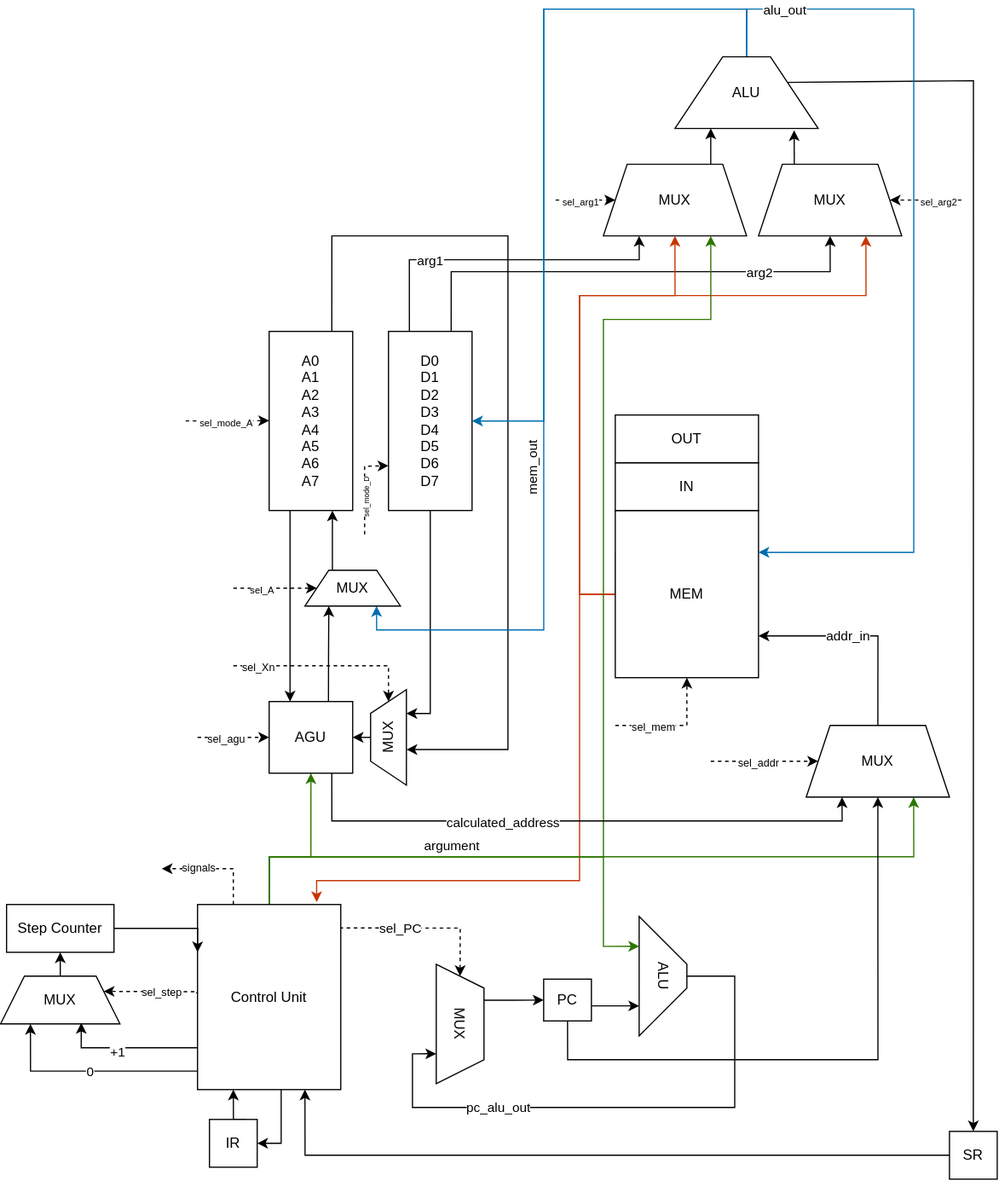
The draw.io diagram m68k_v1.1.drawio.svg in Anderaf/m68kScheme, before a commit. Source tidied: cells renumbered, new cells last; positions are measured from the earlier drawing's top-left corner, leaving out a move shared by most shapes.
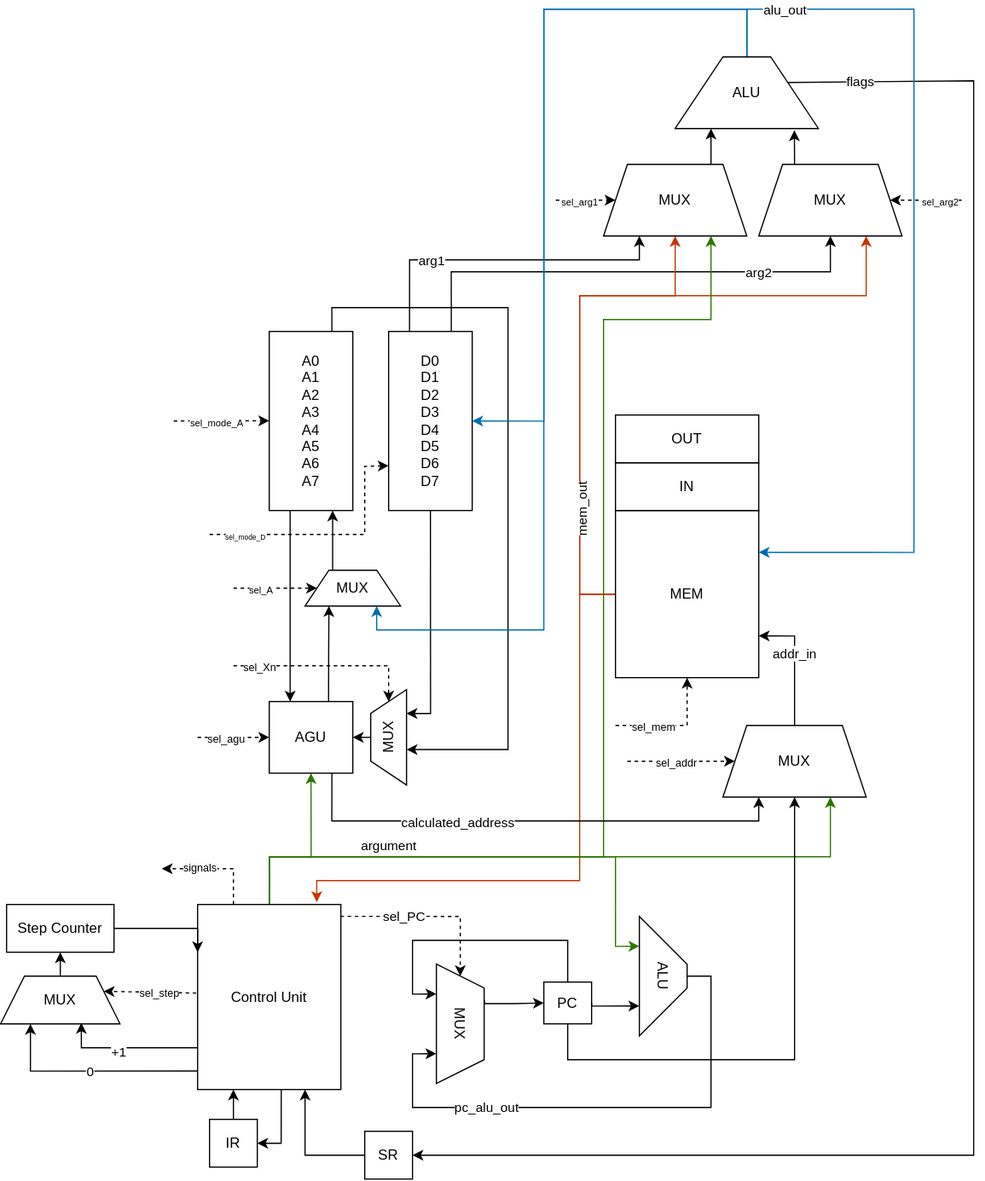
Later version of the same file.

Change to the diagram source:
```diff
@@ -64,16 +64,16 @@
     </mxCell>
     <mxCell id="11" value="mem_out" style="edgeLabel;html=1;align=center;verticalAlign=middle;rotation=-90;fontColor=light-dark(#000000,#FFB366);" parent="10" vertex="1">
       <mxGeometry x="0.33" relative="1" as="geometry">
-        <mxPoint x="-126" y="145" as="offset" />
+        <mxPoint x="-86" y="180" as="offset" />
       </mxGeometry>
     </mxCell>
     <mxCell id="12" value="MEM" style="rounded=0;whiteSpace=wrap;html=1;" parent="1" vertex="1">
       <mxGeometry x="515" y="420" width="120" height="140" as="geometry" />
     </mxCell>
-    <mxCell id="13" value="sel_PC" style="edgeStyle=orthogonalEdgeStyle;rounded=0;jettySize=auto;html=1;exitX=0.991;exitY=0.127;exitDx=0;exitDy=0;entryX=0;entryY=0.5;entryDx=0;entryDy=0;dashed=1;exitPerimeter=0;" parent="1" edge="1" source="22" target="31">
+    <mxCell id="13" value="sel_PC" style="edgeStyle=orthogonalEdgeStyle;rounded=0;jettySize=auto;html=1;exitX=0.997;exitY=0.064;exitDx=0;exitDy=0;entryX=0;entryY=0.5;entryDx=0;entryDy=0;dashed=1;exitPerimeter=0;" parent="1" edge="1" source="22" target="31">
       <mxGeometry x="-0.28" relative="1" as="geometry">
         <Array as="points">
-          <mxPoint x="385" y="770" />
+          <mxPoint x="385" y="760" />
         </Array>
       </mxGeometry>
     </mxCell>
@@ -88,8 +88,8 @@
       <mxGeometry relative="1" as="geometry">
         <Array as="points">
           <mxPoint x="225" y="710" />
-          <mxPoint x="505" y="710" />
-          <mxPoint x="505" y="785" />
+          <mxPoint x="515" y="710" />
+          <mxPoint x="515" y="785" />
         </Array>
       </mxGeometry>
     </mxCell>
@@ -97,7 +97,7 @@
       <mxGeometry relative="1" as="geometry">
         <Array as="points">
           <mxPoint x="225" y="710" />
-          <mxPoint x="765" y="710" />
+          <mxPoint x="695" y="710" />
         </Array>
       </mxGeometry>
     </mxCell>
@@ -142,19 +142,32 @@
     <mxCell id="22" value="Control Unit" style="rounded=0;whiteSpace=wrap;html=1;" parent="1" vertex="1">
       <mxGeometry x="165" y="750" width="120" height="155" as="geometry" />
     </mxCell>
-    <mxCell id="23" style="edgeStyle=orthogonalEdgeStyle;rounded=0;jettySize=auto;html=1;exitX=1.004;exitY=0.639;exitDx=0;exitDy=0;entryX=0.75;entryY=1;entryDx=0;entryDy=0;exitPerimeter=0;" parent="1" edge="1" source="25" target="29">
-      <mxGeometry x="-0.33" y="-10" relative="1" as="geometry" />
+    <mxCell id="23" style="edgeStyle=orthogonalEdgeStyle;rounded=0;jettySize=auto;html=1;exitX=1;exitY=0.5;exitDx=0;exitDy=0;entryX=0.75;entryY=1;entryDx=0;entryDy=0;" parent="1" edge="1" source="25" target="29">
+      <mxGeometry x="-0.33" y="-10" relative="1" as="geometry">
+        <Array as="points">
+          <mxPoint x="495" y="835" />
+        </Array>
+      </mxGeometry>
     </mxCell>
     <mxCell id="24" style="edgeStyle=orthogonalEdgeStyle;rounded=0;jettySize=auto;html=1;exitX=0.5;exitY=1;exitDx=0;exitDy=0;entryX=0.5;entryY=1;entryDx=0;entryDy=0;jumpStyle=none;" parent="1" edge="1" source="25" target="33">
       <mxGeometry relative="1" as="geometry">
         <Array as="points">
           <mxPoint x="475" y="880" />
-          <mxPoint x="735" y="880" />
+          <mxPoint x="665" y="880" />
         </Array>
       </mxGeometry>
     </mxCell>
+    <mxCell id="85" style="edgeStyle=orthogonalEdgeStyle;rounded=0;jettySize=auto;html=1;exitX=0.5;exitY=0;exitDx=0;exitDy=0;entryX=0.25;entryY=1;entryDx=0;entryDy=0;" parent="1" edge="1" source="25" target="31">
+      <mxGeometry relative="1" as="geometry">
+        <Array as="points">
+          <mxPoint x="475" y="780" />
+          <mxPoint x="345" y="780" />
+          <mxPoint x="345" y="825" />
+        </Array>
+      </mxGeometry>
+    </mxCell>
     <mxCell id="25" value="PC" style="rounded=0;whiteSpace=wrap;html=1;" parent="1" vertex="1">
-      <mxGeometry x="455" y="812.5" width="40" height="35" as="geometry" />
+      <mxGeometry x="455" y="815" width="40" height="35" as="geometry" />
     </mxCell>
     <mxCell id="26" style="edgeStyle=orthogonalEdgeStyle;rounded=0;jettySize=auto;html=1;exitX=1;exitY=0.5;exitDx=0;exitDy=0;" parent="1" edge="1" source="27">
       <mxGeometry relative="1" as="geometry">
@@ -170,8 +183,8 @@
     <mxCell id="28" value="pc_alu_out" style="edgeStyle=orthogonalEdgeStyle;rounded=0;jettySize=auto;html=1;exitX=0.5;exitY=0;exitDx=0;exitDy=0;entryX=0.75;entryY=1;entryDx=0;entryDy=0;" parent="1" edge="1" source="29" target="31">
       <mxGeometry x="0.43" relative="1" as="geometry">
         <Array as="points">
-          <mxPoint x="615" y="810" />
-          <mxPoint x="615" y="920" />
+          <mxPoint x="595" y="810" />
+          <mxPoint x="595" y="920" />
           <mxPoint x="345" y="920" />
           <mxPoint x="345" y="875" />
         </Array>
@@ -181,7 +194,12 @@
       <mxGeometry x="505" y="790" width="100" height="40" as="geometry" />
     </mxCell>
     <mxCell id="30" style="edgeStyle=orthogonalEdgeStyle;rounded=0;jettySize=auto;html=1;exitX=0.302;exitY=-0.003;exitDx=0;exitDy=0;entryX=0;entryY=0.5;entryDx=0;entryDy=0;exitPerimeter=0;" parent="1" edge="1" source="31" target="25">
-      <mxGeometry relative="1" as="geometry" />
+      <mxGeometry relative="1" as="geometry">
+        <Array as="points">
+          <mxPoint x="405" y="833" />
+          <mxPoint x="430" y="833" />
+        </Array>
+      </mxGeometry>
     </mxCell>
     <mxCell id="31" value="MUX" style="shape=trapezoid;perimeter=trapezoidPerimeter;whiteSpace=wrap;html=1;fixedSize=1;rotation=90;" parent="1" vertex="1">
       <mxGeometry x="335" y="830" width="100" height="40" as="geometry" />
@@ -190,7 +208,7 @@
       <mxGeometry x="0.15" relative="1" as="geometry" />
     </mxCell>
     <mxCell id="33" value="MUX" style="shape=trapezoid;perimeter=trapezoidPerimeter;whiteSpace=wrap;html=1;fixedSize=1;rotation=0;" parent="1" vertex="1">
-      <mxGeometry x="675" y="600" width="120" height="60" as="geometry" />
+      <mxGeometry x="605" y="600" width="120" height="60" as="geometry" />
     </mxCell>
     <mxCell id="34" style="edgeStyle=orthogonalEdgeStyle;rounded=0;jettySize=auto;html=1;exitX=0.75;exitY=0;exitDx=0;exitDy=0;entryX=0.25;entryY=1;entryDx=0;entryDy=0;" parent="1" edge="1" source="35" target="22">
       <mxGeometry relative="1" as="geometry" />
@@ -228,8 +246,8 @@
     <mxCell id="43" style="edgeStyle=orthogonalEdgeStyle;rounded=0;jettySize=auto;html=1;exitX=0.75;exitY=0;exitDx=0;exitDy=0;entryX=0.372;entryY=1.003;entryDx=0;entryDy=0;entryPerimeter=0;jumpStyle=none;" parent="1" edge="1" source="44" target="64">
       <mxGeometry relative="1" as="geometry">
         <Array as="points">
-          <mxPoint x="278" y="190" />
-          <mxPoint x="425" y="190" />
+          <mxPoint x="278" y="250" />
+          <mxPoint x="425" y="250" />
           <mxPoint x="425" y="620" />
         </Array>
       </mxGeometry>
@@ -241,16 +259,20 @@
       <mxGeometry relative="1" as="geometry" />
     </mxCell>
     <mxCell id="46" value="SR" style="whiteSpace=wrap;html=1;" parent="1" vertex="1">
-      <mxGeometry x="795" y="940" width="40" height="40" as="geometry" />
+      <mxGeometry x="305" y="940" width="40" height="40" as="geometry" />
     </mxCell>
-    <mxCell id="47" style="edgeStyle=orthogonalEdgeStyle;rounded=0;jettySize=auto;html=1;exitX=1;exitY=0.25;exitDx=0;exitDy=0;entryX=0.5;entryY=0;entryDx=0;entryDy=0;" parent="1" edge="1" source="52" target="46">
+    <mxCell id="47" style="edgeStyle=orthogonalEdgeStyle;rounded=0;jettySize=auto;html=1;exitX=1;exitY=0.25;exitDx=0;exitDy=0;entryX=1;entryY=0.5;entryDx=0;entryDy=0;" parent="1" edge="1" source="52" target="46">
       <mxGeometry relative="1" as="geometry">
         <Array as="points">
           <mxPoint x="659" y="60" />
           <mxPoint x="815" y="60" />
+          <mxPoint x="815" y="960" />
         </Array>
       </mxGeometry>
     </mxCell>
+    <mxCell id="86" value="flags" style="edgeLabel;html=1;align=center;verticalAlign=middle;" parent="47" vertex="1">
+      <mxGeometry x="-0.92" y="1" relative="1" as="geometry" />
+    </mxCell>
     <mxCell id="48" style="edgeStyle=orthogonalEdgeStyle;rounded=0;jettySize=auto;html=1;exitX=0.5;exitY=0;exitDx=0;exitDy=0;entryX=0.75;entryY=1;entryDx=0;entryDy=0;fillColor=#1ba1e2;strokeColor=#006EAF;" parent="1" edge="1" source="52" target="62">
       <mxGeometry relative="1" as="geometry">
         <Array as="points">
@@ -291,7 +313,7 @@
       <mxGeometry relative="1" as="geometry">
         <Array as="points">
           <mxPoint x="278" y="680" />
-          <mxPoint x="705" y="680" />
+          <mxPoint x="635" y="680" />
         </Array>
       </mxGeometry>
     </mxCell>
@@ -337,7 +359,7 @@
     </mxCell>
     <mxCell id="65" style="endArrow=classic;html=1;rounded=0;entryX=0;entryY=0.75;entryDx=0;entryDy=0;dashed=1;" parent="1" edge="1">
       <mxGeometry relative="1" as="geometry">
-        <mxPoint x="155" y="345" as="sourcePoint" />
+        <mxPoint x="145" y="345" as="sourcePoint" />
         <mxPoint x="225" y="344.8" as="targetPoint" />
       </mxGeometry>
     </mxCell>
@@ -348,16 +370,17 @@
     </mxCell>
     <mxCell id="67" style="endArrow=classic;html=1;rounded=0;entryX=0;entryY=0.75;entryDx=0;entryDy=0;dashed=1;" parent="1" edge="1" target="7">
       <mxGeometry relative="1" as="geometry">
-        <mxPoint x="305" y="440" as="sourcePoint" />
+        <mxPoint x="175" y="440" as="sourcePoint" />
         <Array as="points">
+          <mxPoint x="305" y="440" />
           <mxPoint x="305" y="410" />
           <mxPoint x="305" y="383" />
         </Array>
       </mxGeometry>
     </mxCell>
-    <mxCell id="68" value="&lt;font style=&quot;font-size: 6px;&quot;&gt;sel_mode_D&lt;/font&gt;" style="edgeLabel;html=1;align=center;verticalAlign=middle;rotation=-90;" parent="67" vertex="1">
+    <mxCell id="68" value="&lt;font style=&quot;font-size: 6px;&quot;&gt;sel_mode_D&lt;/font&gt;" style="edgeLabel;html=1;align=center;verticalAlign=middle;rotation=0;" parent="67" vertex="1">
       <mxGeometry x="-0.8" y="1" relative="1" as="geometry">
-        <mxPoint y="-22" as="offset" />
+        <mxPoint x="9" y="1" as="offset" />
       </mxGeometry>
     </mxCell>
     <mxCell id="69" style="endArrow=classic;html=1;rounded=0;entryX=0;entryY=0.5;entryDx=0;entryDy=0;dashed=1;" parent="1" edge="1" target="60">
@@ -416,7 +439,7 @@
     </mxCell>
     <mxCell id="79" style="endArrow=classic;html=1;rounded=0;entryX=0;entryY=0.5;entryDx=0;entryDy=0;dashed=1;" parent="1" edge="1" target="33">
       <mxGeometry relative="1" as="geometry">
-        <mxPoint x="595" y="630" as="sourcePoint" />
+        <mxPoint x="525" y="630" as="sourcePoint" />
       </mxGeometry>
     </mxCell>
     <mxCell id="80" value="&lt;font style=&quot;font-size: 9px;&quot;&gt;sel_addr&lt;/font&gt;" style="edgeLabel;html=1;align=center;verticalAlign=middle;" parent="79" vertex="1">
```
